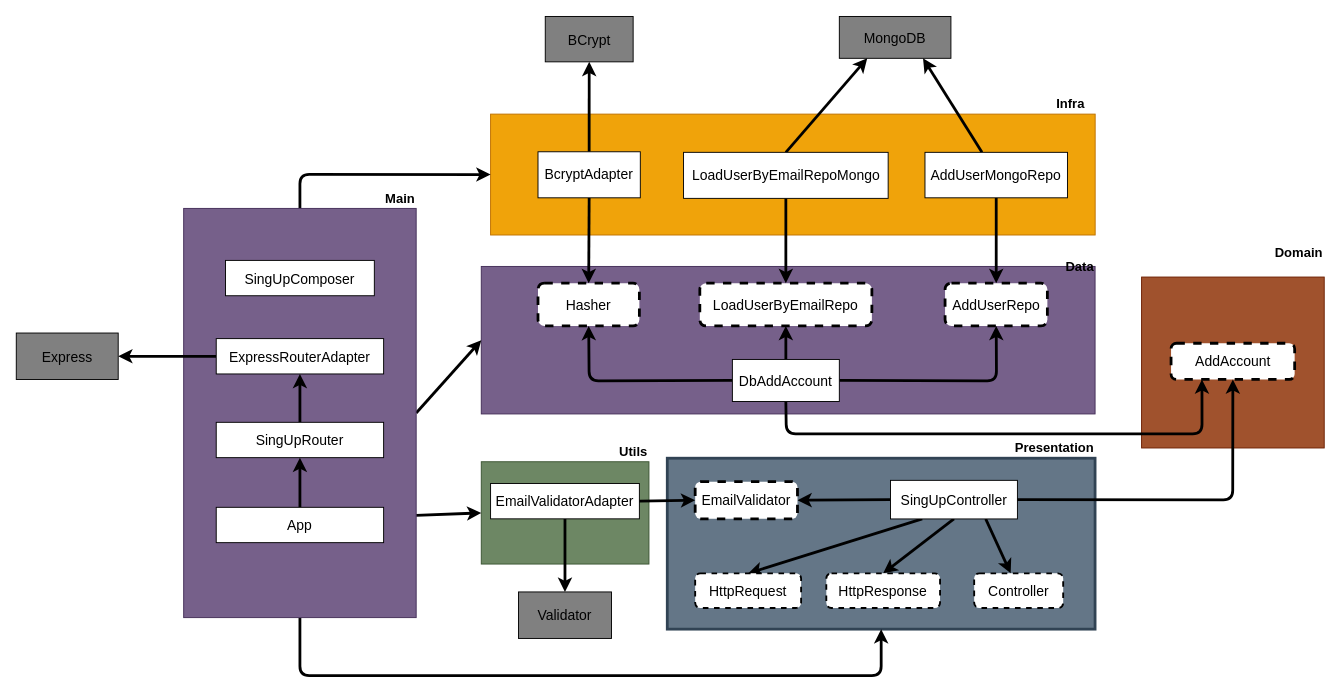
Earlier version of the draw.io diagram clean-node-api.drawio (jhonyaltoe/course-tdd). Source tidied: cells renumbered, new cells numbered last; positions are measured from the earlier drawing's top-left corner, leaving out a move shared by most shapes. Both pictures are drawn from the tidied source at 93%, with x=0, y=0 at pixel (16, 16).
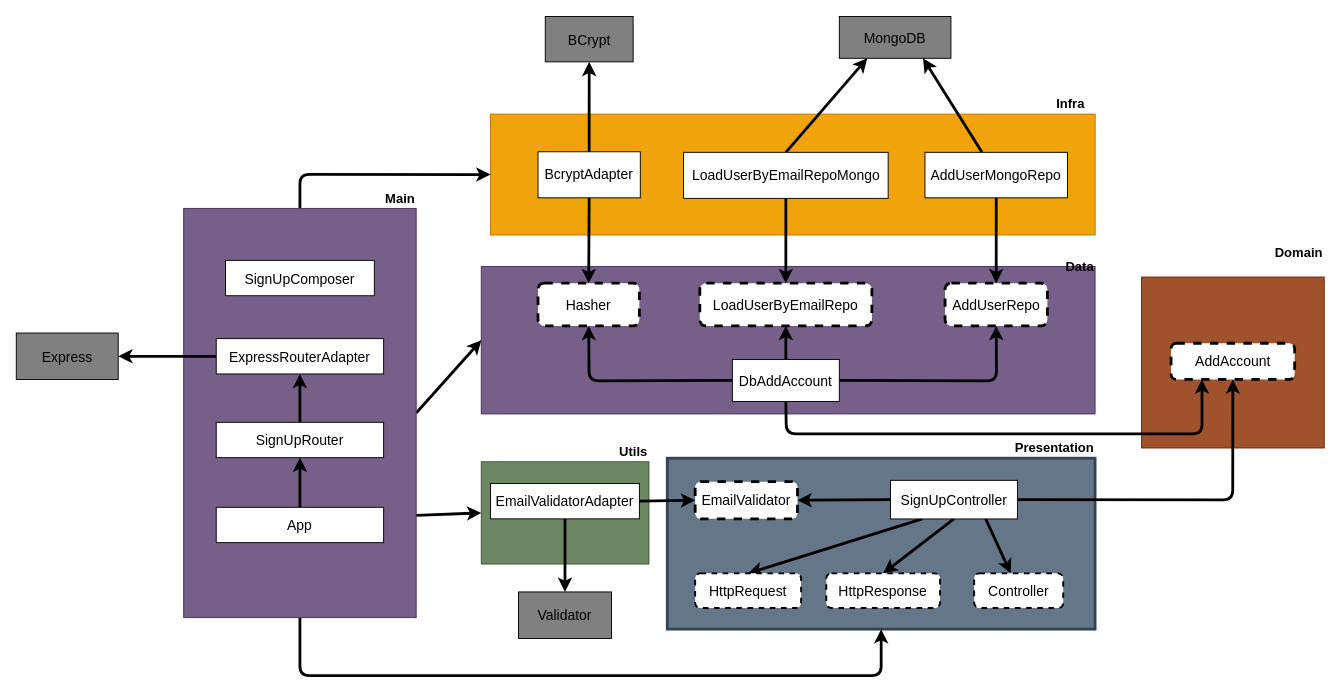
After the change.

Commit message (it also covers changes not shown here):
refactor: ♻️ rename wrong name singup to signup whole project

The edit, as a diff of the source:
```diff
@@
-    <mxCell id="16" value="SingUp&lt;span style=&quot;background-color: initial; font-size: 15px;&quot;&gt;Controller&lt;/span&gt;" style="rounded=0;whiteSpace=wrap;html=1;fontSize=15;fillColor=#FFFFFF;fontColor=#000000;strokeColor=#000000;strokeWidth=1;" parent="1" vertex="1">
+    <mxCell id="16" value="SignUp&lt;span style=&quot;background-color: initial; font-size: 15px;&quot;&gt;Controller&lt;/span&gt;" style="rounded=0;whiteSpace=wrap;html=1;fontSize=15;fillColor=#FFFFFF;fontColor=#000000;strokeColor=#000000;strokeWidth=1;" parent="1" vertex="1">
       <mxGeometry x="940" y="499" width="136.5" height="41.5" as="geometry" />
     </mxCell>
@@
-    <mxCell id="49" value="SingUpComposer" style="rounded=0;whiteSpace=wrap;html=1;fontSize=15;fillColor=#FFFFFF;fontColor=#000000;strokeColor=#000000;strokeWidth=1;" parent="1" vertex="1">
+    <mxCell id="49" value="SignUpComposer" style="rounded=0;whiteSpace=wrap;html=1;fontSize=15;fillColor=#FFFFFF;fontColor=#000000;strokeColor=#000000;strokeWidth=1;" parent="1" vertex="1">
       <mxGeometry x="225" y="262.5" width="160" height="38" as="geometry" />
     </mxCell>
@@
-    <mxCell id="53" value="SingUpRouter" style="rounded=0;whiteSpace=wrap;html=1;fontSize=15;fillColor=#FFFFFF;fontColor=#000000;strokeColor=#000000;strokeWidth=1;" parent="1" vertex="1">
+    <mxCell id="53" value="SignUpRouter" style="rounded=0;whiteSpace=wrap;html=1;fontSize=15;fillColor=#FFFFFF;fontColor=#000000;strokeColor=#000000;strokeWidth=1;" parent="1" vertex="1">
       <mxGeometry x="215" y="436.6" width="180" height="38" as="geometry" />
     </mxCell>
```
